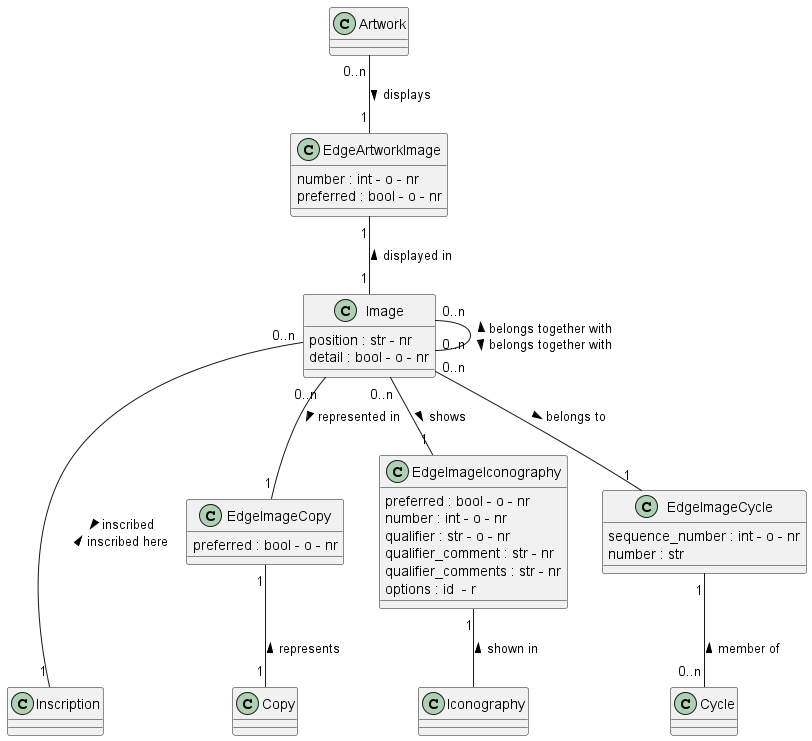
tmasch/bpf_be keeps this PlantUML diagram as documentation/class_diagrams/Image.png. Above is the earlier version.
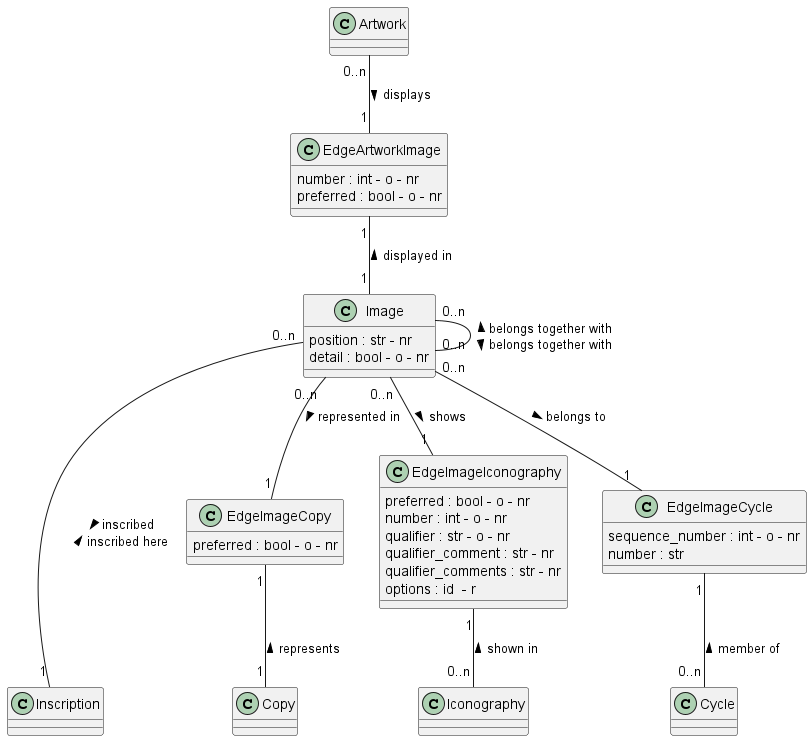
The same diagram one commit later.

The edit, as a diff of the source:
```diff
@@ -36,7 +36,7 @@
 EdgeArtworkImage "1" -- "1" Image : displayed in <
 
 Image "0..n" -- "1" EdgeImageIconography : shows >
-EdgeImageIconography "1" -- Iconography : shown in <
+EdgeImageIconography "1" -- "0..n" Iconography : shown in <
 
 Image "0..n" -- "1" EdgeImageCycle : > belongs to
 EdgeImageCycle "1" -- "0..n" Cycle : member of <
```
